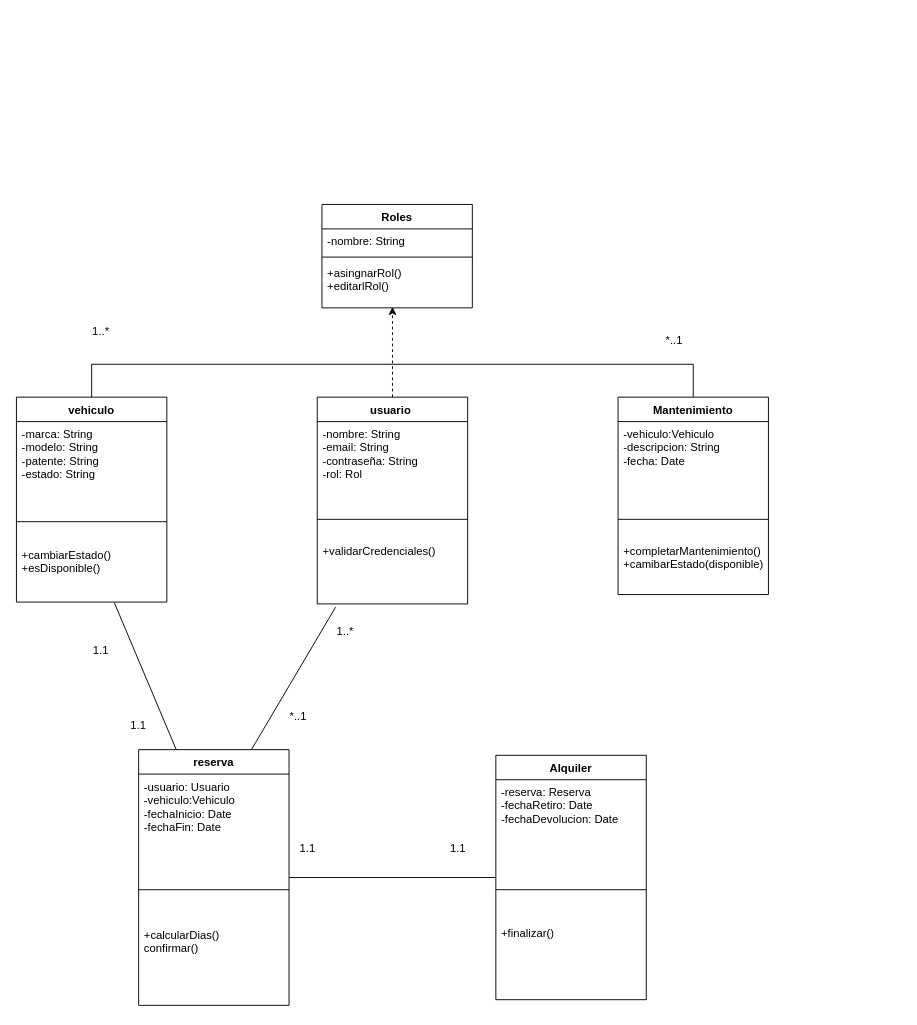
Before: Uml_clases_herz.drawio in xXShalin17Xx/Empresa-de-Rent-a-Car-Herz-, a draw.io diagram. Source tidied: cells renumbered, new cells numbered last; positions are measured from the earlier drawing's top-left corner, leaving out a move shared by most shapes. Both pictures are drawn from the tidied source at 94%, with x=0, y=0 at pixel (16, 204).
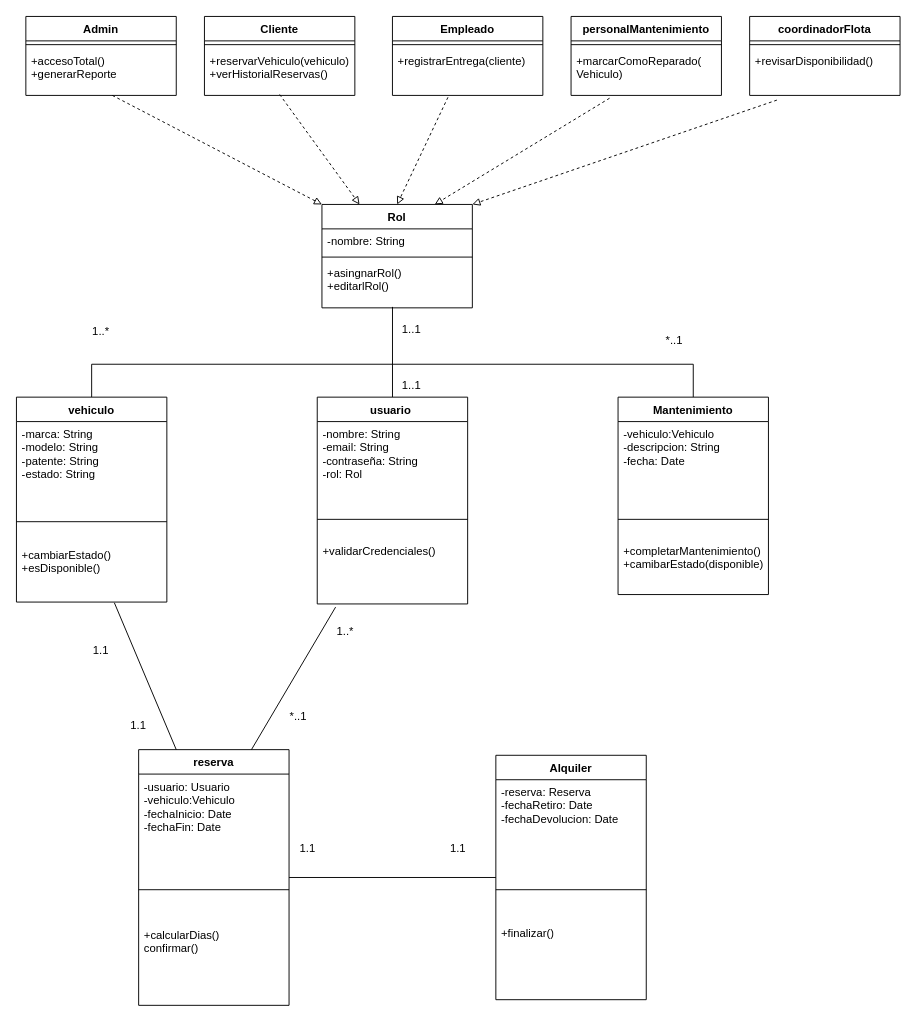
Above is the later version.

Unchanged cells that the change refers to:
```xml
<mxCell id="3" value="usuario&amp;nbsp;" style="swimlane;fontStyle=1;align=center;verticalAlign=top;horizontal=1;startSize=26;whiteSpace=wrap;html=1;" parent="1" vertex="1">
  <mxGeometry x="320" y="205" width="160" height="220" as="geometry" />
</mxCell>
<mxCell id="38" value="+asingnarRol()&lt;br&gt;+editarlRol()" style="text;strokeColor=none;fillColor=none;align=left;verticalAlign=top;spacingLeft=4;spacingRight=4;overflow=hidden;points=[[0,0.5],[1,0.5]];portConstraint=eastwest;whiteSpace=wrap;html=1;" parent="35" vertex="1">
  <mxGeometry y="60" width="160" height="50" as="geometry" />
</mxCell>
```

The edit, as a diff of the source:
```diff
@@
-    <mxCell id="2" style="edgeStyle=orthogonalEdgeStyle;rounded=0;jettySize=auto;html=1;entryX=0.469;entryY=0.98;entryDx=0;entryDy=0;entryPerimeter=0;dashed=1;" parent="1" edge="1" source="3" target="38">
+    <mxCell id="2" style="edgeStyle=orthogonalEdgeStyle;rounded=0;jettySize=auto;html=1;entryX=0.469;entryY=0.98;entryDx=0;entryDy=0;entryPerimeter=0;endArrow=none;endFill=0;" parent="1" edge="1" source="3" target="38">
       <mxGeometry relative="1" as="geometry" />
     </mxCell>
@@
-    <mxCell id="35" value="Roles" style="swimlane;fontStyle=1;align=center;verticalAlign=top;horizontal=1;startSize=26;whiteSpace=wrap;html=1;" parent="1" vertex="1">
+    <mxCell id="35" value="Rol" style="swimlane;fontStyle=1;align=center;verticalAlign=top;horizontal=1;startSize=26;whiteSpace=wrap;html=1;" parent="1" vertex="1">
       <mxGeometry x="325" width="160" height="110" as="geometry" />
     </mxCell>
@@
+    <mxCell id="39" value="1..1" style="text;html=1;align=center;verticalAlign=middle;strokeColor=none;fillColor=none;" parent="1" vertex="1">
+      <mxGeometry x="400" y="118" width="40" height="30" as="geometry" />
+    </mxCell>
+    <mxCell id="40" value="1..1" style="text;html=1;align=center;verticalAlign=middle;strokeColor=none;fillColor=none;" parent="1" vertex="1">
+      <mxGeometry x="400" y="178" width="40" height="30" as="geometry" />
+    </mxCell>
+    <mxCell id="41" value="Admin" style="swimlane;fontStyle=1;align=center;verticalAlign=top;horizontal=1;startSize=26;whiteSpace=wrap;html=1;" parent="1" vertex="1">
+      <mxGeometry x="10" y="-200" width="160" height="84" as="geometry" />
+    </mxCell>
+    <mxCell id="42" style="line;strokeWidth=1;fillColor=none;align=left;verticalAlign=middle;spacingTop=-1;spacingLeft=3;spacingRight=3;labelPosition=right;strokeColor=inherit;" parent="41" vertex="1">
+      <mxGeometry y="26" width="160" height="8" as="geometry" />
+    </mxCell>
+    <mxCell id="43" value="+accesoTotal()&lt;br&gt;+generarReporte" style="text;strokeColor=none;fillColor=none;align=left;verticalAlign=top;spacingLeft=4;spacingRight=4;overflow=hidden;points=[[0,0.5],[1,0.5]];portConstraint=eastwest;whiteSpace=wrap;html=1;" parent="41" vertex="1">
+      <mxGeometry y="34" width="160" height="50" as="geometry" />
+    </mxCell>
+    <mxCell id="44" value="Cliente" style="swimlane;fontStyle=1;align=center;verticalAlign=top;horizontal=1;startSize=26;whiteSpace=wrap;html=1;" parent="1" vertex="1">
+      <mxGeometry x="200" y="-200" width="160" height="84" as="geometry" />
+    </mxCell>
+    <mxCell id="45" style="line;strokeWidth=1;fillColor=none;align=left;verticalAlign=middle;spacingTop=-1;spacingLeft=3;spacingRight=3;labelPosition=right;strokeColor=inherit;" parent="44" vertex="1">
+      <mxGeometry y="26" width="160" height="8" as="geometry" />
+    </mxCell>
+    <mxCell id="46" value="+reservarVehiculo(vehiculo)&lt;br&gt;+verHistorialReservas()" style="text;strokeColor=none;fillColor=none;align=left;verticalAlign=top;spacingLeft=4;spacingRight=4;overflow=hidden;points=[[0,0.5],[1,0.5]];portConstraint=eastwest;whiteSpace=wrap;html=1;" parent="44" vertex="1">
+      <mxGeometry y="34" width="160" height="50" as="geometry" />
+    </mxCell>
+    <mxCell id="47" value="Empleado" style="swimlane;fontStyle=1;align=center;verticalAlign=top;horizontal=1;startSize=26;whiteSpace=wrap;html=1;" parent="1" vertex="1">
+      <mxGeometry x="400" y="-200" width="160" height="84" as="geometry" />
+    </mxCell>
+    <mxCell id="48" style="line;strokeWidth=1;fillColor=none;align=left;verticalAlign=middle;spacingTop=-1;spacingLeft=3;spacingRight=3;labelPosition=right;strokeColor=inherit;" parent="47" vertex="1">
+      <mxGeometry y="26" width="160" height="8" as="geometry" />
+    </mxCell>
+    <mxCell id="49" value="+registrarEntrega(cliente)" style="text;strokeColor=none;fillColor=none;align=left;verticalAlign=top;spacingLeft=4;spacingRight=4;overflow=hidden;points=[[0,0.5],[1,0.5]];portConstraint=eastwest;whiteSpace=wrap;html=1;" parent="47" vertex="1">
+      <mxGeometry y="34" width="160" height="50" as="geometry" />
+    </mxCell>
+    <mxCell id="50" value="personalMantenimiento" style="swimlane;fontStyle=1;align=center;verticalAlign=top;horizontal=1;startSize=26;whiteSpace=wrap;html=1;" parent="1" vertex="1">
+      <mxGeometry x="590" y="-200" width="160" height="84" as="geometry" />
+    </mxCell>
+    <mxCell id="51" style="line;strokeWidth=1;fillColor=none;align=left;verticalAlign=middle;spacingTop=-1;spacingLeft=3;spacingRight=3;labelPosition=right;strokeColor=inherit;" parent="50" vertex="1">
+      <mxGeometry y="26" width="160" height="8" as="geometry" />
+    </mxCell>
+    <mxCell id="52" value="+marcarComoReparado(&lt;br&gt;Vehiculo)" style="text;strokeColor=none;fillColor=none;align=left;verticalAlign=top;spacingLeft=4;spacingRight=4;overflow=hidden;points=[[0,0.5],[1,0.5]];portConstraint=eastwest;whiteSpace=wrap;html=1;" parent="50" vertex="1">
+      <mxGeometry y="34" width="160" height="50" as="geometry" />
+    </mxCell>
+    <mxCell id="53" value="coordinadorFlota" style="swimlane;fontStyle=1;align=center;verticalAlign=top;horizontal=1;startSize=26;whiteSpace=wrap;html=1;" parent="1" vertex="1">
+      <mxGeometry x="780" y="-200" width="160" height="84" as="geometry" />
+    </mxCell>
+    <mxCell id="54" style="line;strokeWidth=1;fillColor=none;align=left;verticalAlign=middle;spacingTop=-1;spacingLeft=3;spacingRight=3;labelPosition=right;strokeColor=inherit;" parent="53" vertex="1">
+      <mxGeometry y="26" width="160" height="8" as="geometry" />
+    </mxCell>
+    <mxCell id="55" value="+revisarDisponibilidad()" style="text;strokeColor=none;fillColor=none;align=left;verticalAlign=top;spacingLeft=4;spacingRight=4;overflow=hidden;points=[[0,0.5],[1,0.5]];portConstraint=eastwest;whiteSpace=wrap;html=1;" parent="53" vertex="1">
+      <mxGeometry y="34" width="160" height="50" as="geometry" />
+    </mxCell>
+    <mxCell id="56" style="endArrow=block;html=1;rounded=0;entryX=0;entryY=0;entryDx=0;entryDy=0;exitX=0.575;exitY=1;exitDx=0;exitDy=0;exitPerimeter=0;dashed=1;endFill=0;" parent="1" edge="1" source="43" target="35">
+      <mxGeometry relative="1" as="geometry" />
+    </mxCell>
+    <mxCell id="57" style="endArrow=block;html=1;rounded=0;entryX=0.25;entryY=0;entryDx=0;entryDy=0;exitX=0.5;exitY=0.98;exitDx=0;exitDy=0;exitPerimeter=0;dashed=1;endFill=0;" parent="1" edge="1" source="46" target="35">
+      <mxGeometry relative="1" as="geometry" />
+    </mxCell>
+    <mxCell id="58" style="endArrow=block;html=1;rounded=0;entryX=0.5;entryY=0;entryDx=0;entryDy=0;exitX=0.369;exitY=1.04;exitDx=0;exitDy=0;exitPerimeter=0;dashed=1;endFill=0;" parent="1" edge="1" source="49" target="35">
+      <mxGeometry relative="1" as="geometry" />
+    </mxCell>
+    <mxCell id="59" style="endArrow=block;html=1;rounded=0;exitX=0.256;exitY=1.06;exitDx=0;exitDy=0;exitPerimeter=0;dashed=1;endFill=0;entryX=0.75;entryY=0;entryDx=0;entryDy=0;" parent="1" edge="1" source="52" target="35">
+      <mxGeometry relative="1" as="geometry" />
+    </mxCell>
+    <mxCell id="60" style="endArrow=block;html=1;rounded=0;exitX=0.181;exitY=1.1;exitDx=0;exitDy=0;exitPerimeter=0;dashed=1;endFill=0;entryX=1;entryY=0;entryDx=0;entryDy=0;" parent="1" edge="1" source="55" target="35">
+      <mxGeometry relative="1" as="geometry" />
+    </mxCell>
```
